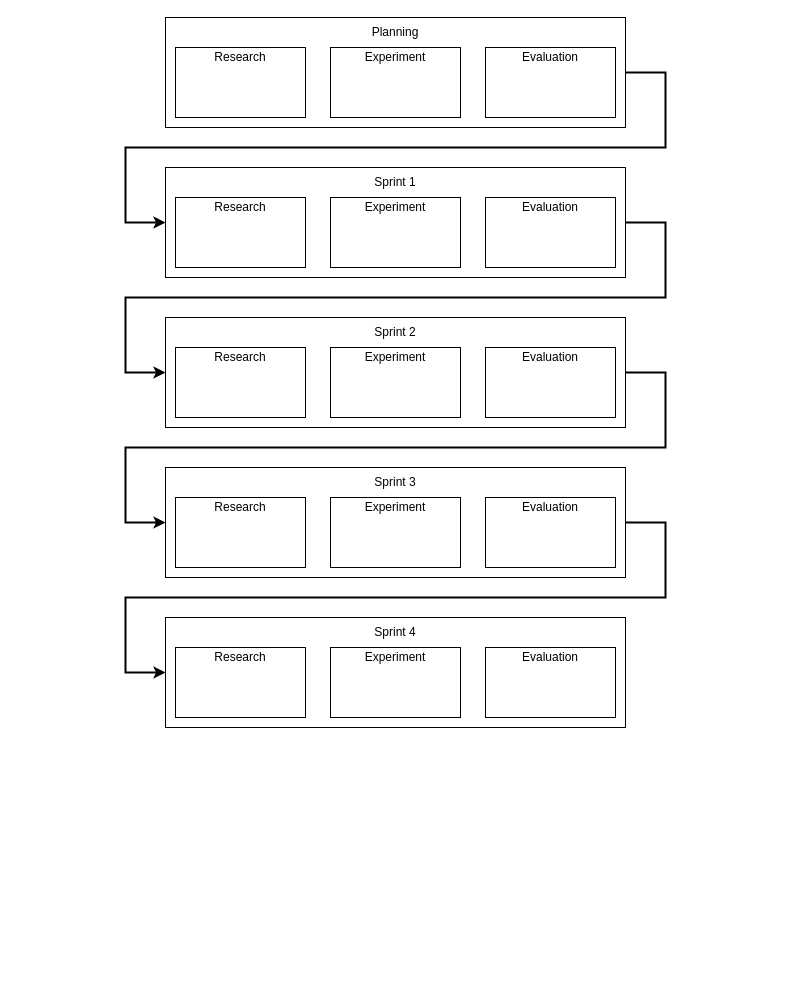
This is page "Roadmap" (3 of 3) of docs/diagrams/diagrams.drawio from KieronGillingham/DementiaVA, a draw.io file, before an edit. Source tidied: cells renumbered, new cells numbered last; positions are measured from the earlier drawing's top-left corner, leaving out a move shared by most shapes. Both pictures are drawn from the tidied source at 100%, with x=0, y=0 at pixel (125, 17).
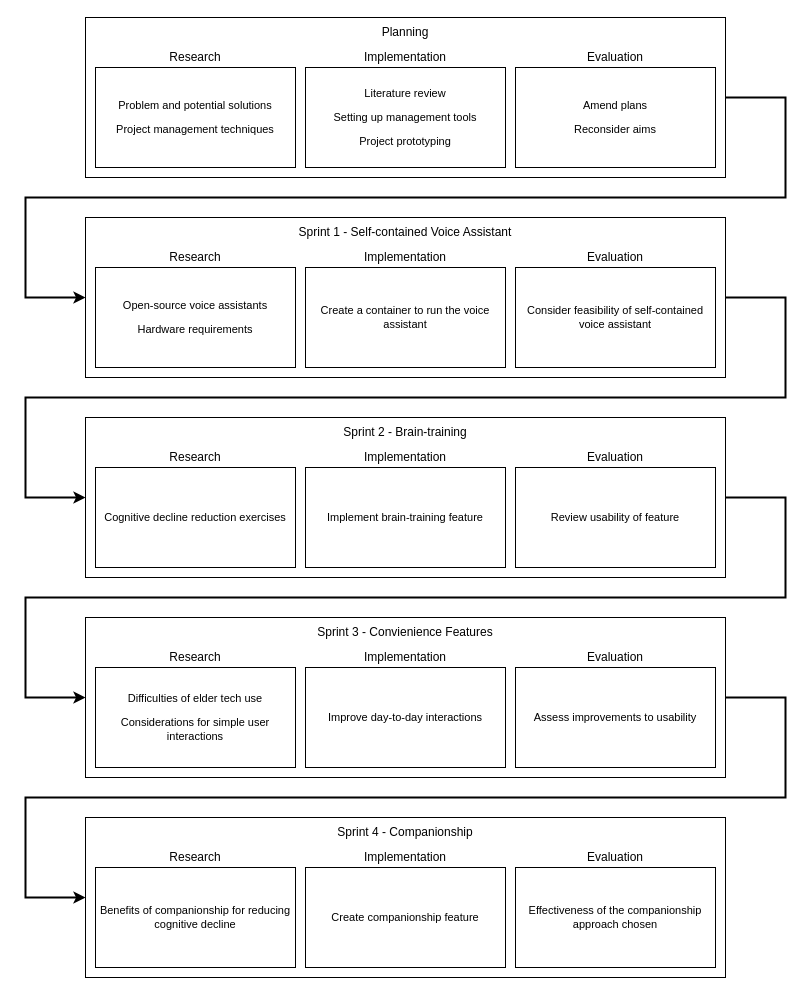
After the change.

Commit message:
details in roadmap

The edit, as a diff of the source:
```diff
@@
-    <mxCell id="2" style="edgeStyle=orthogonalEdgeStyle;rounded=0;jettySize=auto;html=1;fillColor=#d80073;strokeColor=#000000;strokeWidth=2;" parent="1" edge="1" source="3" target="4">
+    <mxCell id="2" style="edgeStyle=orthogonalEdgeStyle;rounded=0;jettySize=auto;html=1;fillColor=#d80073;strokeColor=#000000;strokeWidth=2;exitX=1;exitY=0.5;exitDx=0;exitDy=0;" parent="1" edge="1" source="3">
       <mxGeometry relative="1" as="geometry">
+        <mxPoint x="-40" y="280" as="targetPoint" />
         <Array as="points">
-          <mxPoint x="540" y="55" />
-          <mxPoint x="540" y="130" />
-          <mxPoint y="130" />
-          <mxPoint y="205" />
+          <mxPoint x="660" y="80" />
+          <mxPoint x="660" y="180" />
+          <mxPoint x="-100" y="180" />
+          <mxPoint x="-100" y="280" />
+          <mxPoint x="-50" y="280" />
         </Array>
       </mxGeometry>
     </mxCell>
     <mxCell id="3" style="rounded=0;whiteSpace=wrap;html=1;" parent="1" vertex="1">
-      <mxGeometry x="40" width="460" height="110" as="geometry" />
+      <mxGeometry x="-40" width="640" height="160" as="geometry" />
     </mxCell>
-    <mxCell id="4" style="rounded=0;whiteSpace=wrap;html=1;strokeWidth=1;" parent="1" vertex="1">
-      <mxGeometry x="40" y="150" width="460" height="110" as="geometry" />
-    </mxCell>
-    <mxCell id="5" style="rounded=0;whiteSpace=wrap;html=1;strokeWidth=1;" parent="1" vertex="1">
-      <mxGeometry x="40" y="300" width="460" height="110" as="geometry" />
-    </mxCell>
-    <mxCell id="6" style="rounded=0;whiteSpace=wrap;html=1;strokeWidth=1;" parent="1" vertex="1">
-      <mxGeometry x="40" y="450" width="460" height="110" as="geometry" />
-    </mxCell>
-    <mxCell id="7" style="rounded=0;whiteSpace=wrap;html=1;" parent="1" vertex="1">
-      <mxGeometry x="40" y="600" width="460" height="110" as="geometry" />
-    </mxCell>
-    <mxCell id="8" style="edgeStyle=orthogonalEdgeStyle;rounded=0;jettySize=auto;html=1;fillColor=#d80073;strokeColor=#000000;strokeWidth=2;" parent="1" edge="1" source="4" target="5">
-      <mxGeometry relative="1" as="geometry">
-        <Array as="points">
-          <mxPoint x="540" y="205" />
-          <mxPoint x="540" y="280" />
-          <mxPoint y="280" />
-          <mxPoint y="355" />
-        </Array>
-      </mxGeometry>
-    </mxCell>
-    <mxCell id="9" style="edgeStyle=orthogonalEdgeStyle;rounded=0;jettySize=auto;html=1;fillColor=#d80073;strokeColor=#000000;strokeWidth=2;" parent="1" edge="1" source="5" target="6">
-      <mxGeometry relative="1" as="geometry">
-        <Array as="points">
-          <mxPoint x="540" y="355" />
-          <mxPoint x="540" y="430" />
-          <mxPoint y="430" />
-          <mxPoint y="505" />
-        </Array>
-      </mxGeometry>
-    </mxCell>
-    <mxCell id="10" style="edgeStyle=orthogonalEdgeStyle;rounded=0;jettySize=auto;html=1;fillColor=#d80073;strokeColor=#000000;strokeWidth=2;" parent="1" edge="1" source="6" target="7">
-      <mxGeometry relative="1" as="geometry">
-        <Array as="points">
-          <mxPoint x="540" y="505" />
-          <mxPoint x="540" y="580" />
-          <mxPoint y="580" />
-          <mxPoint y="655" />
-        </Array>
-      </mxGeometry>
-    </mxCell>
-    <mxCell id="11" style="rounded=0;whiteSpace=wrap;html=1;" parent="1" vertex="1">
-      <mxGeometry x="50" y="30" width="130" height="70" as="geometry" />
+    <mxCell id="11" value="&lt;p style=&quot;font-size: 11px&quot;&gt;Problem and potential solutions&lt;/p&gt;&lt;p style=&quot;font-size: 11px&quot;&gt;&lt;span&gt;Project management techniques&lt;/span&gt;&lt;/p&gt;" style="rounded=0;whiteSpace=wrap;html=1;" parent="1" vertex="1">
+      <mxGeometry x="-30" y="50" width="200" height="100" as="geometry" />
     </mxCell>
-    <mxCell id="12" style="rounded=0;whiteSpace=wrap;html=1;" parent="1" vertex="1">
-      <mxGeometry x="205" y="30" width="130" height="70" as="geometry" />
-    </mxCell>
-    <mxCell id="13" style="rounded=0;whiteSpace=wrap;html=1;" parent="1" vertex="1">
-      <mxGeometry x="360" y="30" width="130" height="70" as="geometry" />
-    </mxCell>
-    <mxCell id="14" style="rounded=0;whiteSpace=wrap;html=1;" parent="1" vertex="1">
-      <mxGeometry x="50" y="180" width="130" height="70" as="geometry" />
-    </mxCell>
-    <mxCell id="15" style="rounded=0;whiteSpace=wrap;html=1;" parent="1" vertex="1">
-      <mxGeometry x="205" y="180" width="130" height="70" as="geometry" />
-    </mxCell>
-    <mxCell id="16" style="rounded=0;whiteSpace=wrap;html=1;" parent="1" vertex="1">
-      <mxGeometry x="360" y="180" width="130" height="70" as="geometry" />
-    </mxCell>
-    <mxCell id="17" style="rounded=0;whiteSpace=wrap;html=1;" parent="1" vertex="1">
-      <mxGeometry x="50" y="330" width="130" height="70" as="geometry" />
-    </mxCell>
-    <mxCell id="18" style="rounded=0;whiteSpace=wrap;html=1;" parent="1" vertex="1">
-      <mxGeometry x="205" y="330" width="130" height="70" as="geometry" />
-    </mxCell>
-    <mxCell id="19" style="rounded=0;whiteSpace=wrap;html=1;" parent="1" vertex="1">
-      <mxGeometry x="360" y="330" width="130" height="70" as="geometry" />
-    </mxCell>
-    <mxCell id="20" style="rounded=0;whiteSpace=wrap;html=1;" parent="1" vertex="1">
-      <mxGeometry x="50" y="480" width="130" height="70" as="geometry" />
-    </mxCell>
-    <mxCell id="21" style="rounded=0;whiteSpace=wrap;html=1;" parent="1" vertex="1">
-      <mxGeometry x="205" y="480" width="130" height="70" as="geometry" />
-    </mxCell>
-    <mxCell id="22" style="rounded=0;whiteSpace=wrap;html=1;" parent="1" vertex="1">
-      <mxGeometry x="360" y="480" width="130" height="70" as="geometry" />
-    </mxCell>
-    <mxCell id="23" style="rounded=0;whiteSpace=wrap;html=1;" parent="1" vertex="1">
-      <mxGeometry x="50" y="630" width="130" height="70" as="geometry" />
-    </mxCell>
-    <mxCell id="24" style="rounded=0;whiteSpace=wrap;html=1;" parent="1" vertex="1">
-      <mxGeometry x="205" y="630" width="130" height="70" as="geometry" />
-    </mxCell>
-    <mxCell id="25" style="rounded=0;whiteSpace=wrap;html=1;" parent="1" vertex="1">
-      <mxGeometry x="360" y="630" width="130" height="70" as="geometry" />
-    </mxCell>
-    <mxCell id="26" value="Sprint 1" style="text;html=1;strokeColor=none;fillColor=none;align=center;verticalAlign=middle;whiteSpace=wrap;rounded=0;" parent="1" vertex="1">
-      <mxGeometry x="205" y="150" width="130" height="30" as="geometry" />
-    </mxCell>
-    <mxCell id="27" value="Sprint 2" style="text;html=1;strokeColor=none;fillColor=none;align=center;verticalAlign=middle;whiteSpace=wrap;rounded=0;" parent="1" vertex="1">
-      <mxGeometry x="205" y="300" width="130" height="30" as="geometry" />
-    </mxCell>
-    <mxCell id="28" value="Sprint 3" style="text;html=1;strokeColor=none;fillColor=none;align=center;verticalAlign=middle;whiteSpace=wrap;rounded=0;" parent="1" vertex="1">
-      <mxGeometry x="205" y="450" width="130" height="30" as="geometry" />
-    </mxCell>
-    <mxCell id="29" value="Sprint 4" style="text;html=1;strokeColor=none;fillColor=none;align=center;verticalAlign=middle;whiteSpace=wrap;rounded=0;" parent="1" vertex="1">
-      <mxGeometry x="205" y="600" width="130" height="30" as="geometry" />
-    </mxCell>
     <mxCell id="30" value="Planning" style="text;html=1;strokeColor=none;fillColor=none;align=center;verticalAlign=middle;whiteSpace=wrap;rounded=0;" parent="1" vertex="1">
-      <mxGeometry x="205" width="130" height="30" as="geometry" />
+      <mxGeometry x="-40" width="640" height="30" as="geometry" />
     </mxCell>
     <mxCell id="31" value="Research" style="text;html=1;strokeColor=none;fillColor=none;align=center;verticalAlign=middle;whiteSpace=wrap;rounded=0;" parent="1" vertex="1">
-      <mxGeometry x="50" y="30" width="130" height="20" as="geometry" />
+      <mxGeometry x="-30" y="30" width="200" height="20" as="geometry" />
     </mxCell>
-    <mxCell id="32" value="Experiment" style="text;html=1;strokeColor=none;fillColor=none;align=center;verticalAlign=middle;whiteSpace=wrap;rounded=0;" parent="1" vertex="1">
-      <mxGeometry x="205" y="30" width="130" height="20" as="geometry" />
+    <mxCell id="32" value="Implementation" style="text;html=1;strokeColor=none;fillColor=none;align=center;verticalAlign=middle;whiteSpace=wrap;rounded=0;" parent="1" vertex="1">
+      <mxGeometry x="180" y="30" width="200" height="20" as="geometry" />
     </mxCell>
     <mxCell id="33" value="Evaluation" style="text;html=1;strokeColor=none;fillColor=none;align=center;verticalAlign=middle;whiteSpace=wrap;rounded=0;" parent="1" vertex="1">
-      <mxGeometry x="360" y="30" width="130" height="20" as="geometry" />
+      <mxGeometry x="390" y="30" width="200" height="20" as="geometry" />
     </mxCell>
-    <mxCell id="34" value="Research" style="text;html=1;strokeColor=none;fillColor=none;align=center;verticalAlign=middle;whiteSpace=wrap;rounded=0;" parent="1" vertex="1">
-      <mxGeometry x="50" y="180" width="130" height="20" as="geometry" />
-    </mxCell>
-    <mxCell id="35" value="Experiment" style="text;html=1;strokeColor=none;fillColor=none;align=center;verticalAlign=middle;whiteSpace=wrap;rounded=0;" parent="1" vertex="1">
-      <mxGeometry x="205" y="180" width="130" height="20" as="geometry" />
-    </mxCell>
-    <mxCell id="36" value="Evaluation" style="text;html=1;strokeColor=none;fillColor=none;align=center;verticalAlign=middle;whiteSpace=wrap;rounded=0;" parent="1" vertex="1">
-      <mxGeometry x="360" y="180" width="130" height="20" as="geometry" />
-    </mxCell>
-    <mxCell id="37" value="Research" style="text;html=1;strokeColor=none;fillColor=none;align=center;verticalAlign=middle;whiteSpace=wrap;rounded=0;" parent="1" vertex="1">
-      <mxGeometry x="50" y="330" width="130" height="20" as="geometry" />
-    </mxCell>
-    <mxCell id="38" value="Experiment" style="text;html=1;strokeColor=none;fillColor=none;align=center;verticalAlign=middle;whiteSpace=wrap;rounded=0;" parent="1" vertex="1">
-      <mxGeometry x="205" y="330" width="130" height="20" as="geometry" />
-    </mxCell>
-    <mxCell id="39" value="Evaluation" style="text;html=1;strokeColor=none;fillColor=none;align=center;verticalAlign=middle;whiteSpace=wrap;rounded=0;" parent="1" vertex="1">
-      <mxGeometry x="360" y="330" width="130" height="20" as="geometry" />
-    </mxCell>
-    <mxCell id="40" value="Research" style="text;html=1;strokeColor=none;fillColor=none;align=center;verticalAlign=middle;whiteSpace=wrap;rounded=0;" parent="1" vertex="1">
-      <mxGeometry x="50" y="480" width="130" height="20" as="geometry" />
-    </mxCell>
-    <mxCell id="41" value="Experiment" style="text;html=1;strokeColor=none;fillColor=none;align=center;verticalAlign=middle;whiteSpace=wrap;rounded=0;" parent="1" vertex="1">
-      <mxGeometry x="205" y="480" width="130" height="20" as="geometry" />
-    </mxCell>
-    <mxCell id="42" value="Evaluation" style="text;html=1;strokeColor=none;fillColor=none;align=center;verticalAlign=middle;whiteSpace=wrap;rounded=0;" parent="1" vertex="1">
-      <mxGeometry x="360" y="480" width="130" height="20" as="geometry" />
-    </mxCell>
-    <mxCell id="43" value="Research" style="text;html=1;strokeColor=none;fillColor=none;align=center;verticalAlign=middle;whiteSpace=wrap;rounded=0;" parent="1" vertex="1">
-      <mxGeometry x="50" y="630" width="130" height="20" as="geometry" />
-    </mxCell>
-    <mxCell id="44" value="Experiment" style="text;html=1;strokeColor=none;fillColor=none;align=center;verticalAlign=middle;whiteSpace=wrap;rounded=0;" parent="1" vertex="1">
-      <mxGeometry x="205" y="630" width="130" height="20" as="geometry" />
-    </mxCell>
-    <mxCell id="45" value="Evaluation" style="text;html=1;strokeColor=none;fillColor=none;align=center;verticalAlign=middle;whiteSpace=wrap;rounded=0;" parent="1" vertex="1">
-      <mxGeometry x="360" y="630" width="130" height="20" as="geometry" />
-    </mxCell>
+    <mxCell id="46" value="&lt;p style=&quot;font-size: 11px&quot;&gt;&lt;font style=&quot;font-size: 11px&quot;&gt;Literature review&lt;/font&gt;&lt;/p&gt;&lt;p style=&quot;font-size: 11px&quot;&gt;&lt;font style=&quot;font-size: 11px&quot;&gt;Setting up management tools&lt;/font&gt;&lt;/p&gt;&lt;p style=&quot;font-size: 11px&quot;&gt;&lt;font style=&quot;font-size: 11px&quot;&gt;Project prototyping&lt;/font&gt;&lt;/p&gt;" style="rounded=0;whiteSpace=wrap;html=1;" parent="1" vertex="1">
+      <mxGeometry x="180" y="50" width="200" height="100" as="geometry" />
+    </mxCell>
+    <mxCell id="47" value="&lt;p style=&quot;font-size: 11px&quot;&gt;Amend plans&lt;/p&gt;&lt;p style=&quot;font-size: 11px&quot;&gt;Reconsider aims&lt;/p&gt;" style="rounded=0;whiteSpace=wrap;html=1;" parent="1" vertex="1">
+      <mxGeometry x="390" y="50" width="200" height="100" as="geometry" />
+    </mxCell>
+    <mxCell id="48" style="edgeStyle=orthogonalEdgeStyle;rounded=0;jettySize=auto;html=1;fillColor=#d80073;strokeColor=#000000;strokeWidth=2;exitX=1;exitY=0.5;exitDx=0;exitDy=0;" parent="1" edge="1" source="49">
+      <mxGeometry relative="1" as="geometry">
+        <mxPoint x="-40" y="480" as="targetPoint" />
+        <Array as="points">
+          <mxPoint x="660" y="280" />
+          <mxPoint x="660" y="380" />
+          <mxPoint x="-100" y="380" />
+          <mxPoint x="-100" y="480" />
+          <mxPoint x="-50" y="480" />
+        </Array>
+      </mxGeometry>
+    </mxCell>
+    <mxCell id="49" style="rounded=0;whiteSpace=wrap;html=1;" parent="1" vertex="1">
+      <mxGeometry x="-40" y="200" width="640" height="160" as="geometry" />
+    </mxCell>
+    <mxCell id="50" value="&lt;p style=&quot;font-size: 11px&quot;&gt;Open-source voice assistants&lt;/p&gt;&lt;p style=&quot;font-size: 11px&quot;&gt;Hardware requirements&lt;/p&gt;" style="rounded=0;whiteSpace=wrap;html=1;" parent="1" vertex="1">
+      <mxGeometry x="-30" y="250" width="200" height="100" as="geometry" />
+    </mxCell>
+    <mxCell id="51" value="Sprint 1 - Self-contained Voice Assistant" style="text;html=1;strokeColor=none;fillColor=none;align=center;verticalAlign=middle;whiteSpace=wrap;rounded=0;" parent="1" vertex="1">
+      <mxGeometry x="-40" y="200" width="640" height="30" as="geometry" />
+    </mxCell>
+    <mxCell id="52" value="Research" style="text;html=1;strokeColor=none;fillColor=none;align=center;verticalAlign=middle;whiteSpace=wrap;rounded=0;" parent="1" vertex="1">
+      <mxGeometry x="-30" y="230" width="200" height="20" as="geometry" />
+    </mxCell>
+    <mxCell id="53" value="Implementation" style="text;html=1;strokeColor=none;fillColor=none;align=center;verticalAlign=middle;whiteSpace=wrap;rounded=0;" parent="1" vertex="1">
+      <mxGeometry x="180" y="230" width="200" height="20" as="geometry" />
+    </mxCell>
+    <mxCell id="54" value="Evaluation" style="text;html=1;strokeColor=none;fillColor=none;align=center;verticalAlign=middle;whiteSpace=wrap;rounded=0;" parent="1" vertex="1">
+      <mxGeometry x="390" y="230" width="200" height="20" as="geometry" />
+    </mxCell>
+    <mxCell id="55" value="&lt;p style=&quot;font-size: 11px&quot;&gt;&lt;font style=&quot;font-size: 11px&quot;&gt;Create a container to run the voice assistant&lt;/font&gt;&lt;/p&gt;" style="rounded=0;whiteSpace=wrap;html=1;" parent="1" vertex="1">
+      <mxGeometry x="180" y="250" width="200" height="100" as="geometry" />
+    </mxCell>
+    <mxCell id="56" value="&lt;p style=&quot;font-size: 11px&quot;&gt;&lt;font style=&quot;font-size: 11px&quot;&gt;Consider feasibility of self-contained voice assistant&lt;/font&gt;&lt;/p&gt;" style="rounded=0;whiteSpace=wrap;html=1;" parent="1" vertex="1">
+      <mxGeometry x="390" y="250" width="200" height="100" as="geometry" />
+    </mxCell>
+    <mxCell id="57" style="edgeStyle=orthogonalEdgeStyle;rounded=0;jettySize=auto;html=1;fillColor=#d80073;strokeColor=#000000;strokeWidth=2;exitX=1;exitY=0.5;exitDx=0;exitDy=0;" parent="1" edge="1" source="58">
+      <mxGeometry relative="1" as="geometry">
+        <mxPoint x="-40" y="680" as="targetPoint" />
+        <Array as="points">
+          <mxPoint x="660" y="480" />
+          <mxPoint x="660" y="580" />
+          <mxPoint x="-100" y="580" />
+          <mxPoint x="-100" y="680" />
+          <mxPoint x="-50" y="680" />
+        </Array>
+      </mxGeometry>
+    </mxCell>
+    <mxCell id="58" style="rounded=0;whiteSpace=wrap;html=1;" parent="1" vertex="1">
+      <mxGeometry x="-40" y="400" width="640" height="160" as="geometry" />
+    </mxCell>
+    <mxCell id="59" value="&lt;p style=&quot;font-size: 11px&quot;&gt;&lt;font style=&quot;font-size: 11px&quot;&gt;Cognitive decline reduction exercises&lt;/font&gt;&lt;/p&gt;" style="rounded=0;whiteSpace=wrap;html=1;" parent="1" vertex="1">
+      <mxGeometry x="-30" y="450" width="200" height="100" as="geometry" />
+    </mxCell>
+    <mxCell id="60" value="Sprint 2 - Brain-training" style="text;html=1;strokeColor=none;fillColor=none;align=center;verticalAlign=middle;whiteSpace=wrap;rounded=0;" parent="1" vertex="1">
+      <mxGeometry x="-40" y="400" width="640" height="30" as="geometry" />
+    </mxCell>
+    <mxCell id="61" value="Research" style="text;html=1;strokeColor=none;fillColor=none;align=center;verticalAlign=middle;whiteSpace=wrap;rounded=0;" parent="1" vertex="1">
+      <mxGeometry x="-30" y="430" width="200" height="20" as="geometry" />
+    </mxCell>
+    <mxCell id="62" value="Implementation" style="text;html=1;strokeColor=none;fillColor=none;align=center;verticalAlign=middle;whiteSpace=wrap;rounded=0;" parent="1" vertex="1">
+      <mxGeometry x="180" y="430" width="200" height="20" as="geometry" />
+    </mxCell>
+    <mxCell id="63" value="Evaluation" style="text;html=1;strokeColor=none;fillColor=none;align=center;verticalAlign=middle;whiteSpace=wrap;rounded=0;" parent="1" vertex="1">
+      <mxGeometry x="390" y="430" width="200" height="20" as="geometry" />
+    </mxCell>
+    <mxCell id="64" value="&lt;p style=&quot;font-size: 11px&quot;&gt;Implement brain-training feature&lt;/p&gt;" style="rounded=0;whiteSpace=wrap;html=1;" parent="1" vertex="1">
+      <mxGeometry x="180" y="450" width="200" height="100" as="geometry" />
+    </mxCell>
+    <mxCell id="65" value="&lt;p style=&quot;font-size: 11px&quot;&gt;&lt;font style=&quot;font-size: 11px&quot;&gt;Review usability of feature&lt;/font&gt;&lt;/p&gt;" style="rounded=0;whiteSpace=wrap;html=1;" parent="1" vertex="1">
+      <mxGeometry x="390" y="450" width="200" height="100" as="geometry" />
+    </mxCell>
+    <mxCell id="66" style="edgeStyle=orthogonalEdgeStyle;rounded=0;jettySize=auto;html=1;fillColor=#d80073;strokeColor=#000000;strokeWidth=2;exitX=1;exitY=0.5;exitDx=0;exitDy=0;" parent="1" edge="1" source="67">
+      <mxGeometry relative="1" as="geometry">
+        <mxPoint x="-40" y="880" as="targetPoint" />
+        <Array as="points">
+          <mxPoint x="660" y="680" />
+          <mxPoint x="660" y="780" />
+          <mxPoint x="-100" y="780" />
+          <mxPoint x="-100" y="880" />
+          <mxPoint x="-50" y="880" />
+        </Array>
+      </mxGeometry>
+    </mxCell>
+    <mxCell id="67" style="rounded=0;whiteSpace=wrap;html=1;" parent="1" vertex="1">
+      <mxGeometry x="-40" y="600" width="640" height="160" as="geometry" />
+    </mxCell>
+    <mxCell id="68" value="&lt;p style=&quot;font-size: 11px&quot;&gt;Difficulties of elder tech use&lt;/p&gt;&lt;p style=&quot;font-size: 11px&quot;&gt;Considerations for simple user interactions&lt;/p&gt;" style="rounded=0;whiteSpace=wrap;html=1;" parent="1" vertex="1">
+      <mxGeometry x="-30" y="650" width="200" height="100" as="geometry" />
+    </mxCell>
+    <mxCell id="69" value="Sprint 3 - Convienience Features" style="text;html=1;strokeColor=none;fillColor=none;align=center;verticalAlign=middle;whiteSpace=wrap;rounded=0;" parent="1" vertex="1">
+      <mxGeometry x="-40" y="600" width="640" height="30" as="geometry" />
+    </mxCell>
+    <mxCell id="70" value="Research" style="text;html=1;strokeColor=none;fillColor=none;align=center;verticalAlign=middle;whiteSpace=wrap;rounded=0;" parent="1" vertex="1">
+      <mxGeometry x="-30" y="630" width="200" height="20" as="geometry" />
+    </mxCell>
+    <mxCell id="71" value="Implementation" style="text;html=1;strokeColor=none;fillColor=none;align=center;verticalAlign=middle;whiteSpace=wrap;rounded=0;" parent="1" vertex="1">
+      <mxGeometry x="180" y="630" width="200" height="20" as="geometry" />
+    </mxCell>
+    <mxCell id="72" value="Evaluation" style="text;html=1;strokeColor=none;fillColor=none;align=center;verticalAlign=middle;whiteSpace=wrap;rounded=0;" parent="1" vertex="1">
+      <mxGeometry x="390" y="630" width="200" height="20" as="geometry" />
+    </mxCell>
+    <mxCell id="73" value="&lt;p style=&quot;font-size: 11px&quot;&gt;Improve day-to-day interactions&lt;/p&gt;" style="rounded=0;whiteSpace=wrap;html=1;" parent="1" vertex="1">
+      <mxGeometry x="180" y="650" width="200" height="100" as="geometry" />
+    </mxCell>
+    <mxCell id="74" value="&lt;p style=&quot;font-size: 11px&quot;&gt;Assess improvements to usability&lt;/p&gt;" style="rounded=0;whiteSpace=wrap;html=1;" parent="1" vertex="1">
+      <mxGeometry x="390" y="650" width="200" height="100" as="geometry" />
+    </mxCell>
+    <mxCell id="75" style="rounded=0;whiteSpace=wrap;html=1;" parent="1" vertex="1">
+      <mxGeometry x="-40" y="800" width="640" height="160" as="geometry" />
+    </mxCell>
+    <mxCell id="76" value="&lt;p style=&quot;font-size: 11px&quot;&gt;Benefits of companionship for reducing cognitive decline&lt;/p&gt;" style="rounded=0;whiteSpace=wrap;html=1;" parent="1" vertex="1">
+      <mxGeometry x="-30" y="850" width="200" height="100" as="geometry" />
+    </mxCell>
+    <mxCell id="77" value="Sprint 4 - Companionship" style="text;html=1;strokeColor=none;fillColor=none;align=center;verticalAlign=middle;whiteSpace=wrap;rounded=0;" parent="1" vertex="1">
+      <mxGeometry x="-40" y="800" width="640" height="30" as="geometry" />
+    </mxCell>
+    <mxCell id="78" value="Research" style="text;html=1;strokeColor=none;fillColor=none;align=center;verticalAlign=middle;whiteSpace=wrap;rounded=0;" parent="1" vertex="1">
+      <mxGeometry x="-30" y="830" width="200" height="20" as="geometry" />
+    </mxCell>
+    <mxCell id="79" value="Implementation" style="text;html=1;strokeColor=none;fillColor=none;align=center;verticalAlign=middle;whiteSpace=wrap;rounded=0;" parent="1" vertex="1">
+      <mxGeometry x="180" y="830" width="200" height="20" as="geometry" />
+    </mxCell>
+    <mxCell id="80" value="Evaluation" style="text;html=1;strokeColor=none;fillColor=none;align=center;verticalAlign=middle;whiteSpace=wrap;rounded=0;" parent="1" vertex="1">
+      <mxGeometry x="390" y="830" width="200" height="20" as="geometry" />
+    </mxCell>
+    <mxCell id="81" value="&lt;p style=&quot;font-size: 11px&quot;&gt;Create companionship feature&lt;/p&gt;" style="rounded=0;whiteSpace=wrap;html=1;" parent="1" vertex="1">
+      <mxGeometry x="180" y="850" width="200" height="100" as="geometry" />
+    </mxCell>
+    <mxCell id="82" value="&lt;p style=&quot;font-size: 11px&quot;&gt;Effectiveness of the companionship approach chosen&lt;/p&gt;" style="rounded=0;whiteSpace=wrap;html=1;" parent="1" vertex="1">
+      <mxGeometry x="390" y="850" width="200" height="100" as="geometry" />
+    </mxCell>
```
